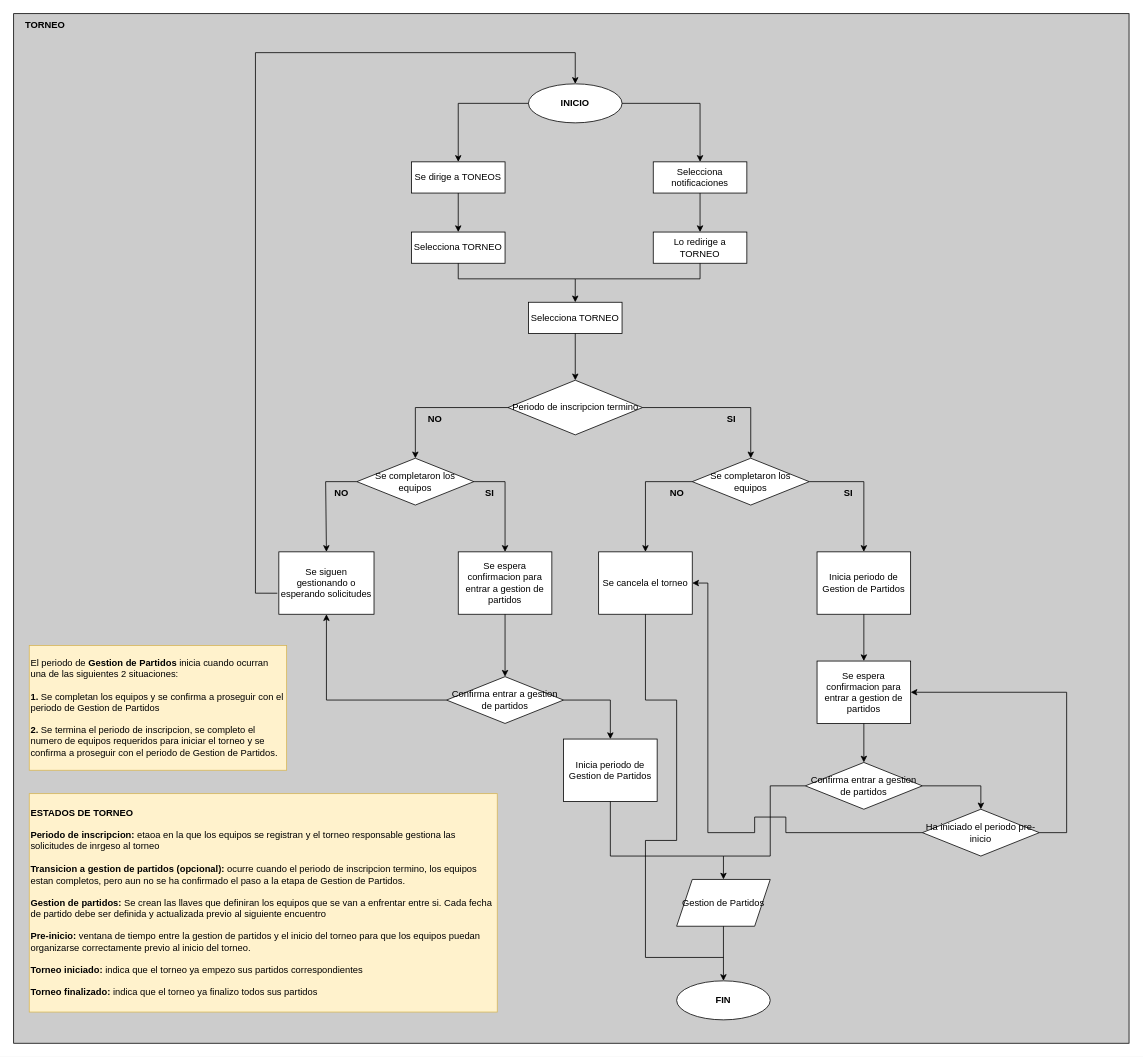
Before: page "gestion-solicitudes" (3 of 5) of Untitled Diagram.drawio in JosephBaquerizo/kruger-challenge, a draw.io diagram. Source tidied: cells renumbered, new cells numbered last; positions are measured from the earlier drawing's top-left corner, leaving out a move shared by most shapes. Both pictures are drawn from the tidied source at 78%, with x=0, y=0 at pixel (13, 13).
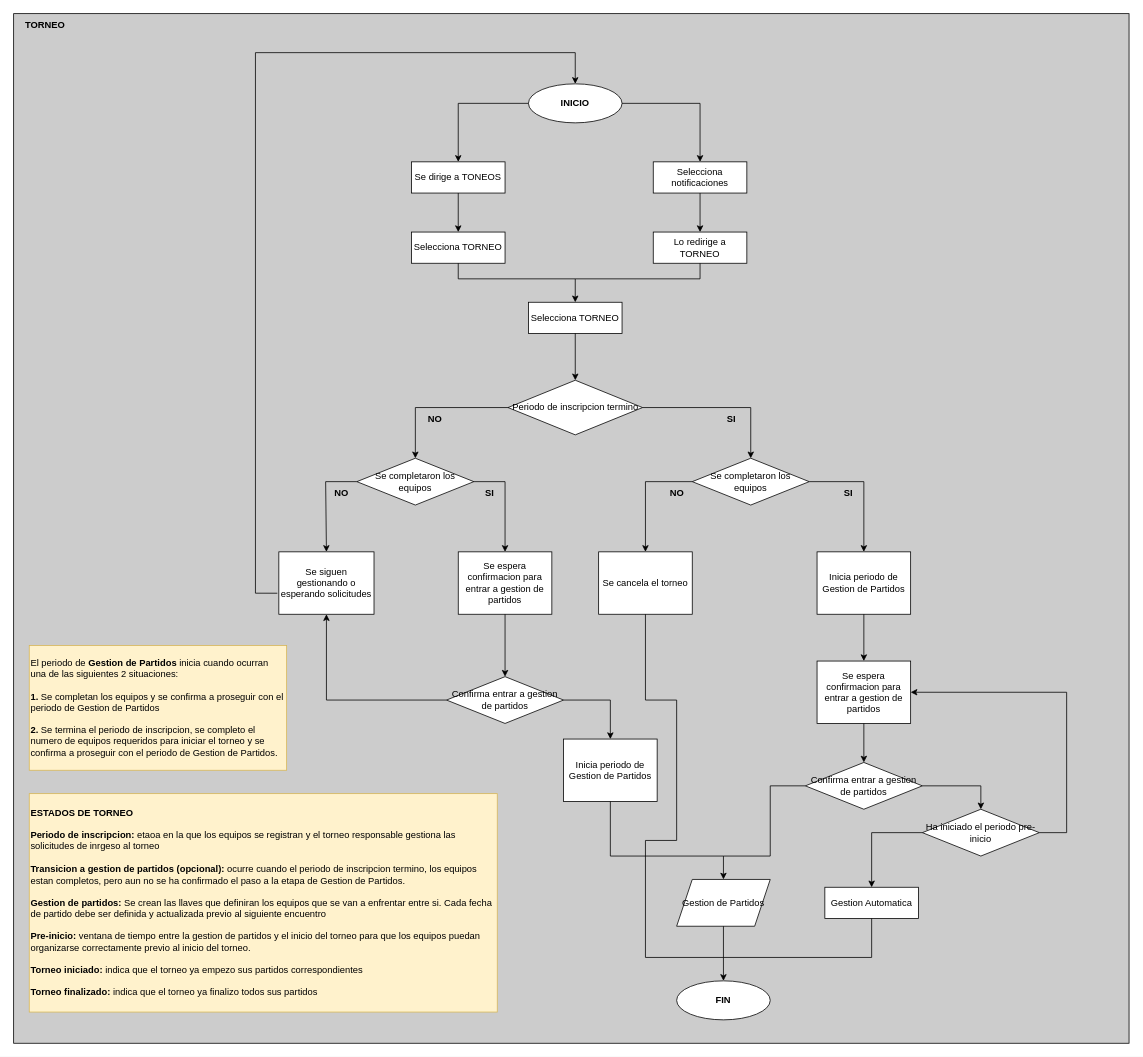
The same diagram, later.

Unchanged cells that the change refers to:
```xml
<mxCell id="15" value="Se cancela el torneo" style="whiteSpace=wrap;html=1;" parent="1" vertex="1">
  <mxGeometry x="750" y="690" width="120" height="80" as="geometry" />
</mxCell>
<mxCell id="47" value="Ha iniciado el periodo pre-inicio" style="rhombus;whiteSpace=wrap;html=1;" parent="1" vertex="1">
  <mxGeometry x="1165" y="1020" width="150" height="60" as="geometry" />
</mxCell>
```

What changed in the source:
```diff
@@
-    <mxCell id="51" style="endArrow=none;html=1;rounded=0;exitX=0;exitY=0.5;exitDx=0;exitDy=0;endFill=0;" parent="1" edge="1" source="47">
+    <mxCell id="51" style="endArrow=classic;html=1;rounded=0;exitX=0;exitY=0.5;exitDx=0;exitDy=0;endFill=1;entryX=0.5;entryY=0;entryDx=0;entryDy=0;" parent="1" edge="1" source="47" target="68">
       <mxGeometry relative="1" as="geometry">
-        <mxPoint x="990" y="1050" as="targetPoint" />
+        <Array as="points">
+          <mxPoint x="1100" y="1050" />
+        </Array>
       </mxGeometry>
     </mxCell>
-    <mxCell id="52" style="endArrow=none;html=1;rounded=0;" parent="1" edge="1">
-      <mxGeometry relative="1" as="geometry">
-        <mxPoint x="990" y="1050" as="sourcePoint" />
-        <mxPoint x="990" y="1030" as="targetPoint" />
-      </mxGeometry>
-    </mxCell>
-    <mxCell id="53" style="endArrow=none;html=1;rounded=0;" parent="1" edge="1">
-      <mxGeometry relative="1" as="geometry">
-        <mxPoint x="950" y="1030" as="sourcePoint" />
-        <mxPoint x="990" y="1030" as="targetPoint" />
-      </mxGeometry>
-    </mxCell>
-    <mxCell id="54" style="endArrow=none;html=1;rounded=0;" parent="1" edge="1">
-      <mxGeometry relative="1" as="geometry">
-        <mxPoint x="950" y="1050" as="sourcePoint" />
-        <mxPoint x="950" y="1030" as="targetPoint" />
-      </mxGeometry>
-    </mxCell>
-    <mxCell id="55" style="endArrow=classic;html=1;rounded=0;entryX=1;entryY=0.5;entryDx=0;entryDy=0;" parent="1" edge="1" target="15">
-      <mxGeometry relative="1" as="geometry">
-        <mxPoint x="890" y="1050" as="sourcePoint" />
-        <Array as="points">
-          <mxPoint x="890" y="730" />
-        </Array>
-      </mxGeometry>
-    </mxCell>
-    <mxCell id="56" style="endArrow=none;html=1;rounded=0;" parent="1" edge="1">
-      <mxGeometry relative="1" as="geometry">
-        <mxPoint x="890" y="1050" as="sourcePoint" />
-        <mxPoint x="950" y="1050" as="targetPoint" />
-      </mxGeometry>
-    </mxCell>
@@
+    <mxCell id="68" value="Gestion Automatica" style="whiteSpace=wrap;html=1;" parent="1" vertex="1">
+      <mxGeometry x="1040" y="1120" width="120" height="40" as="geometry" />
+    </mxCell>
+    <mxCell id="69" style="endArrow=none;html=1;rounded=0;" parent="1" edge="1">
+      <mxGeometry relative="1" as="geometry">
+        <mxPoint x="910" y="1210" as="sourcePoint" />
+        <mxPoint x="1100" y="1160" as="targetPoint" />
+        <Array as="points">
+          <mxPoint x="1100" y="1210" />
+        </Array>
+      </mxGeometry>
+    </mxCell>
```
